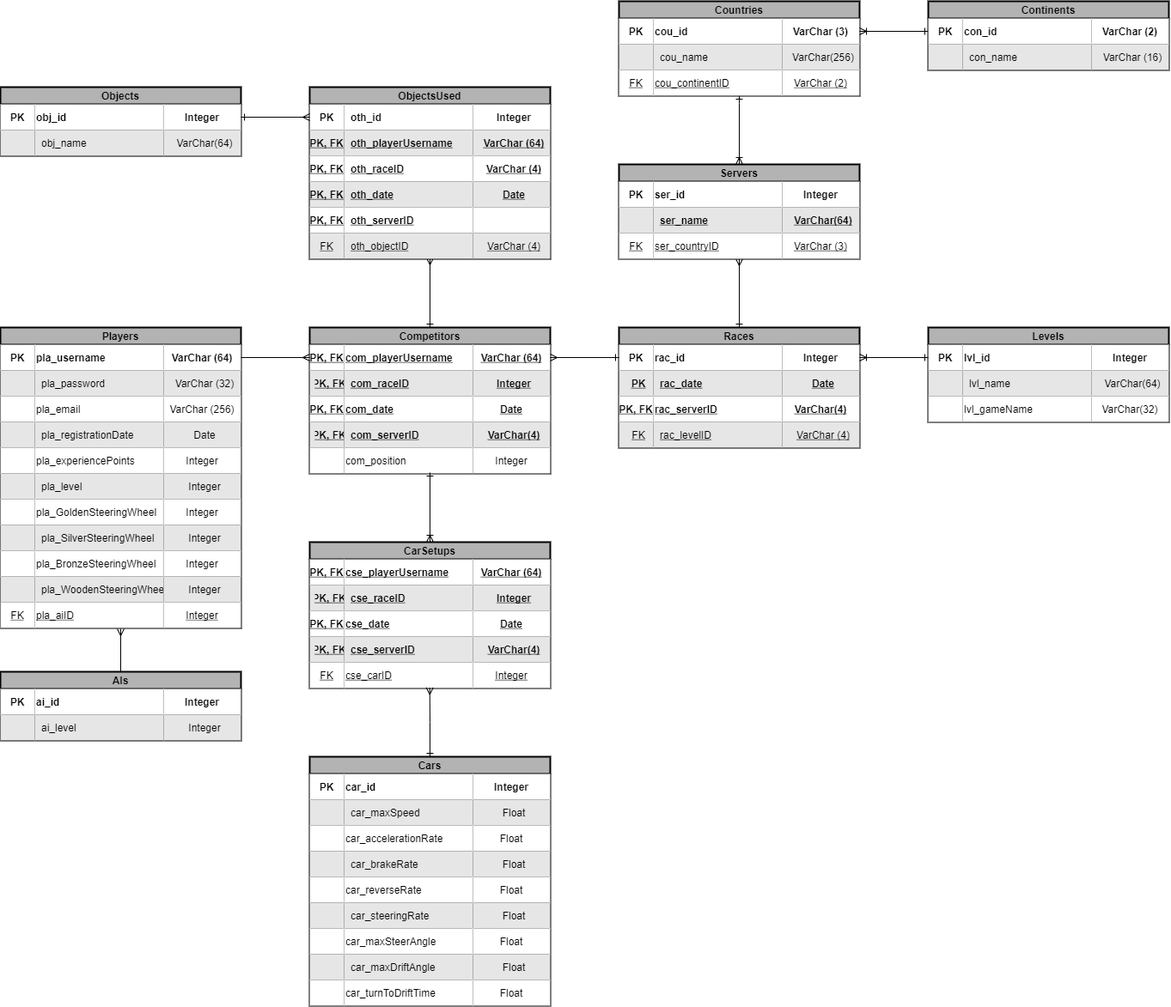
Above: Documentación/Gráficos/Diagramas-Base de Datos.png in eespunes/Desarrollo-de-un-Prototipo-de-Videojuego-en-Red (draw.io), before the change. Source tidied: cells renumbered, new cells last; positions are measured from the earlier drawing's top-left corner, leaving out a move shared by most shapes.
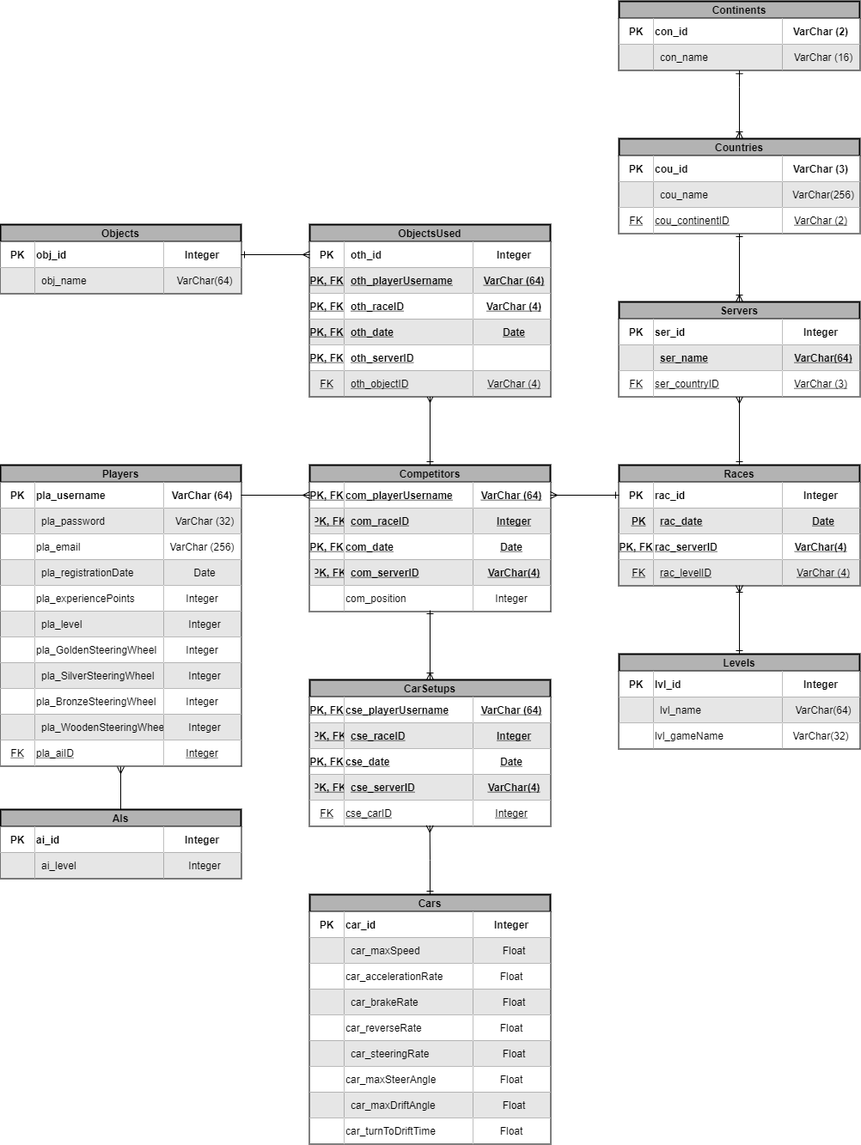
The same diagram one commit later.

Change to the diagram source:
```diff
@@ -310,11 +310,16 @@
     <mxCell id="102" value="VarChar (2)" style="shape=partialRectangle;fillColor=#ffffff;top=0;left=0;bottom=0;right=0;align=center;overflow=hidden;fontStyle=4;strokeWidth=2;" parent="99" vertex="1">
       <mxGeometry x="190" width="90" height="30" as="geometry" />
     </mxCell>
-    <mxCell id="103" style="edgeStyle=orthogonalEdgeStyle;rounded=0;jettySize=auto;html=1;exitX=0;exitY=0.5;exitDx=0;exitDy=0;entryX=1;entryY=0.5;entryDx=0;entryDy=0;startArrow=ERone;startFill=0;endArrow=ERoneToMany;endFill=0;" parent="1" edge="1" source="105" target="91">
-      <mxGeometry relative="1" as="geometry" />
+    <mxCell id="103" style="edgeStyle=orthogonalEdgeStyle;rounded=0;jettySize=auto;html=1;exitX=0.5;exitY=1.011;exitDx=0;exitDy=0;entryX=0.5;entryY=0;entryDx=0;entryDy=0;startArrow=ERone;startFill=0;endArrow=ERoneToMany;endFill=0;exitPerimeter=0;" parent="1" edge="1" source="109" target="90">
+      <mxGeometry relative="1" as="geometry">
+        <Array as="points">
+          <mxPoint x="860" y="-60" />
+          <mxPoint x="860" y="-60" />
+        </Array>
+      </mxGeometry>
     </mxCell>
     <mxCell id="104" value="Continents" style="shape=table;startSize=20;rowLines=1;fontStyle=1;align=center;strokeWidth=2;fillColor=#B3B3B3;" parent="1" vertex="1">
-      <mxGeometry x="1080" width="280" height="80" as="geometry" />
+      <mxGeometry x="720" y="-160" width="280" height="80" as="geometry" />
     </mxCell>
     <mxCell id="105" style="shape=partialRectangle;fillColor=none;top=0;left=0;bottom=1;right=0;points=[[0,0.5],[1,0.5]];portConstraint=eastwest;" parent="104" vertex="1">
       <mxGeometry y="20" width="280" height="30" as="geometry" />
@@ -587,7 +592,7 @@
       <mxGeometry x="190" width="90" height="30" as="geometry" />
     </mxCell>
     <mxCell id="195" value="Levels" style="shape=table;startSize=20;rowLines=1;fontStyle=1;align=center;strokeWidth=2;fillColor=#B3B3B3;" parent="1" vertex="1">
-      <mxGeometry x="1080" y="380" width="280" height="110" as="geometry" />
+      <mxGeometry x="720" y="600" width="280" height="110" as="geometry" />
     </mxCell>
     <mxCell id="196" style="shape=partialRectangle;fillColor=none;top=0;left=0;bottom=1;right=0;points=[[0,0.5],[1,0.5]];portConstraint=eastwest;" parent="195" vertex="1">
       <mxGeometry y="20" width="280" height="30" as="geometry" />
@@ -625,8 +630,10 @@
     <mxCell id="207" value="VarChar(32)" style="shape=partialRectangle;fillColor=#ffffff;top=0;left=0;bottom=0;right=0;align=center;overflow=hidden;fontStyle=0;strokeWidth=2;" parent="204" vertex="1">
       <mxGeometry x="190" width="90" height="30" as="geometry" />
     </mxCell>
-    <mxCell id="208" style="edgeStyle=orthogonalEdgeStyle;rounded=0;jettySize=auto;html=1;exitX=1;exitY=0.5;exitDx=0;exitDy=0;entryX=0;entryY=0.5;entryDx=0;entryDy=0;startArrow=ERoneToMany;startFill=0;endArrow=ERone;endFill=0;" parent="1" edge="1" source="49" target="196">
-      <mxGeometry relative="1" as="geometry" />
+    <mxCell id="208" style="edgeStyle=orthogonalEdgeStyle;rounded=0;jettySize=auto;html=1;entryX=0.5;entryY=0;entryDx=0;entryDy=0;startArrow=ERoneToMany;startFill=0;endArrow=ERone;endFill=0;" parent="1" edge="1" target="195">
+      <mxGeometry relative="1" as="geometry">
+        <mxPoint x="860" y="520" as="sourcePoint" />
+      </mxGeometry>
     </mxCell>
     <mxCell id="209" style="edgeStyle=orthogonalEdgeStyle;rounded=0;jettySize=auto;html=1;entryX=0.5;entryY=0;entryDx=0;entryDy=0;startArrow=ERmany;startFill=0;endArrow=none;endFill=0;" parent="1" edge="1" target="186">
       <mxGeometry relative="1" as="geometry">
```
